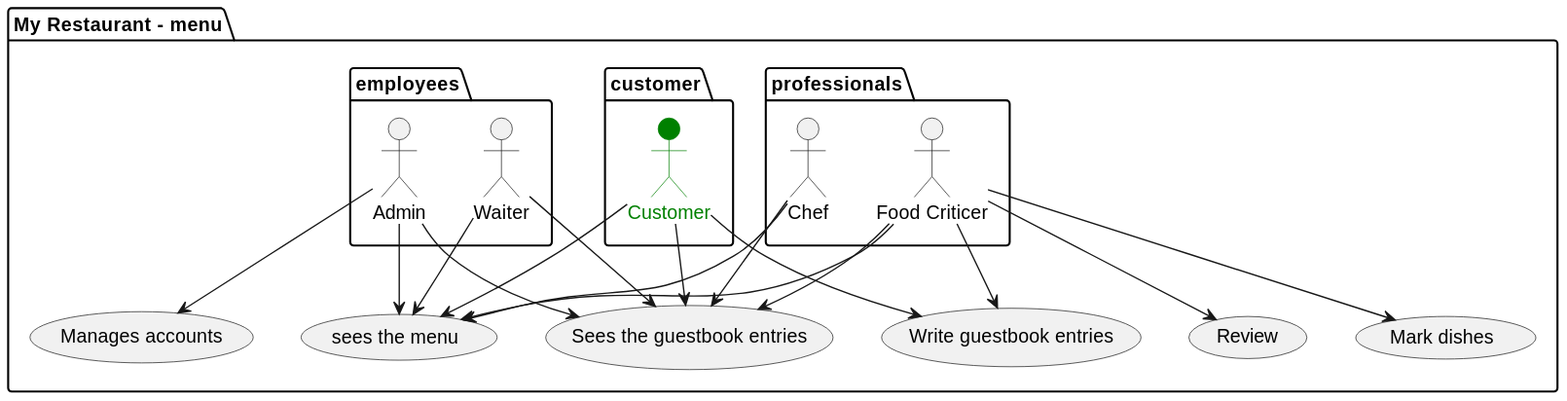
Earlier version of the PlantUML export out/public/doc/UCD-menu/UCD-menu.svg (tonisun/menu).
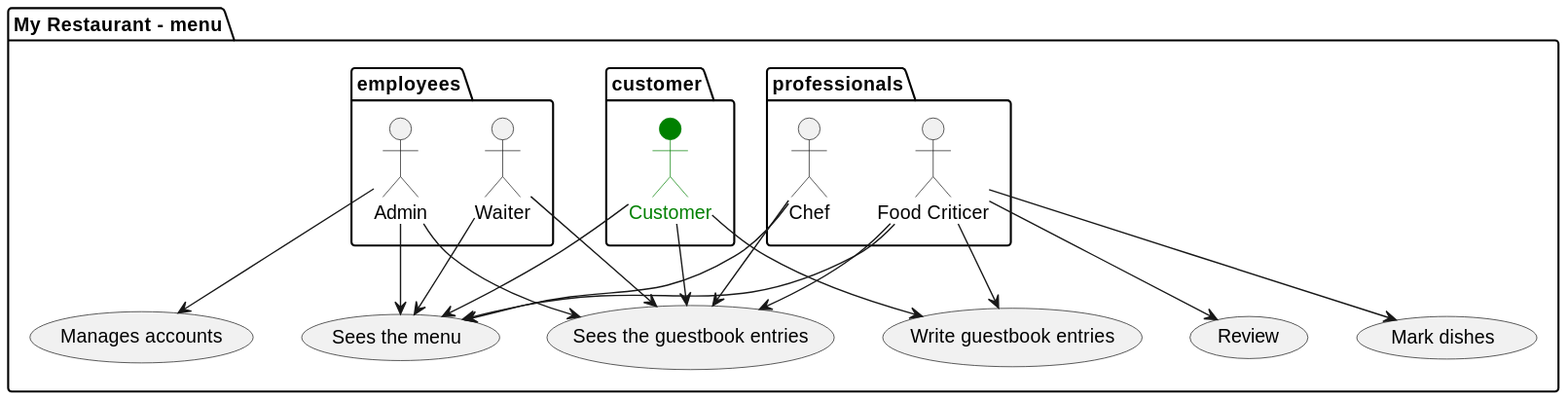
The same diagram one commit later.

Diff of the diagram source:
```diff
@@ -20,7 +20,7 @@
     usecase "Write guestbook entries" as UC3
     usecase "Sees the guestbook entries" as UC4
 
-    usecase "sees the menu" as UC5
+    usecase "Sees the menu" as UC5
 
 
 }
```
